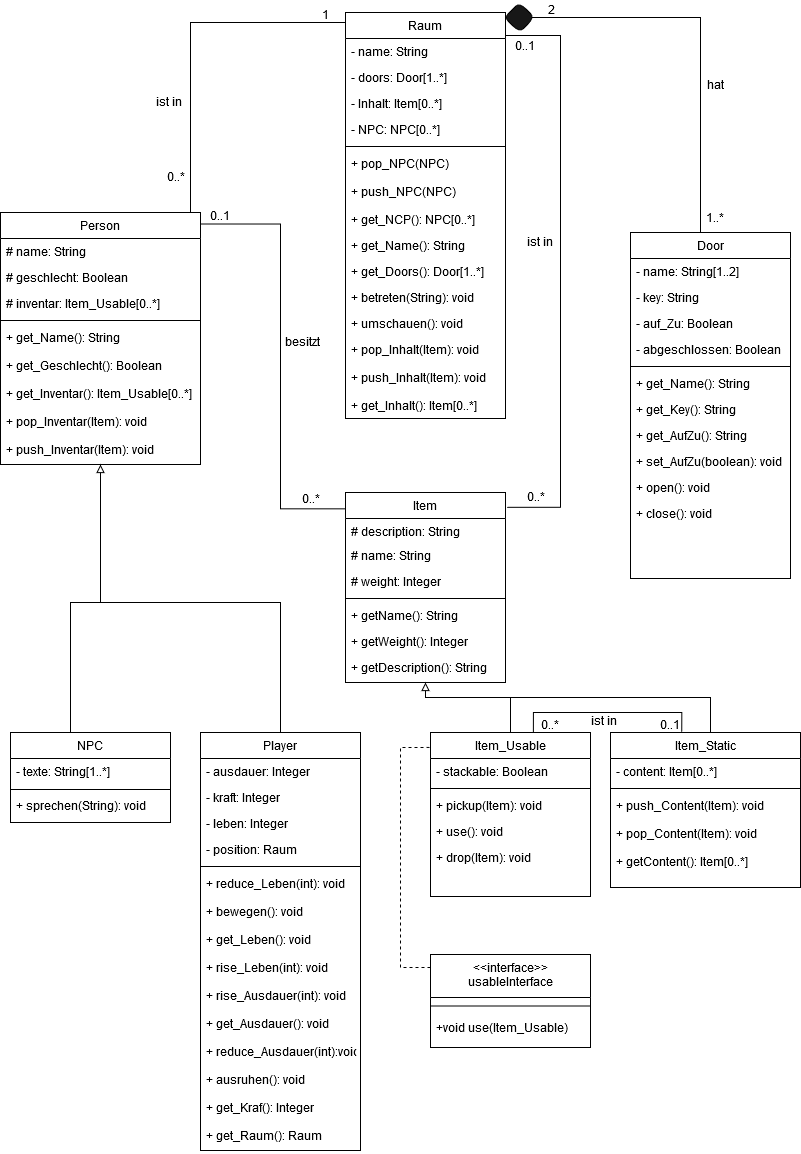
Before: Klassendiagram.png, a diagram exported from draw.io (Elegond/AE-Text-Adventure). Source tidied: cells renumbered, new cells last; positions are measured from the earlier drawing's top-left corner, leaving out a move shared by most shapes.
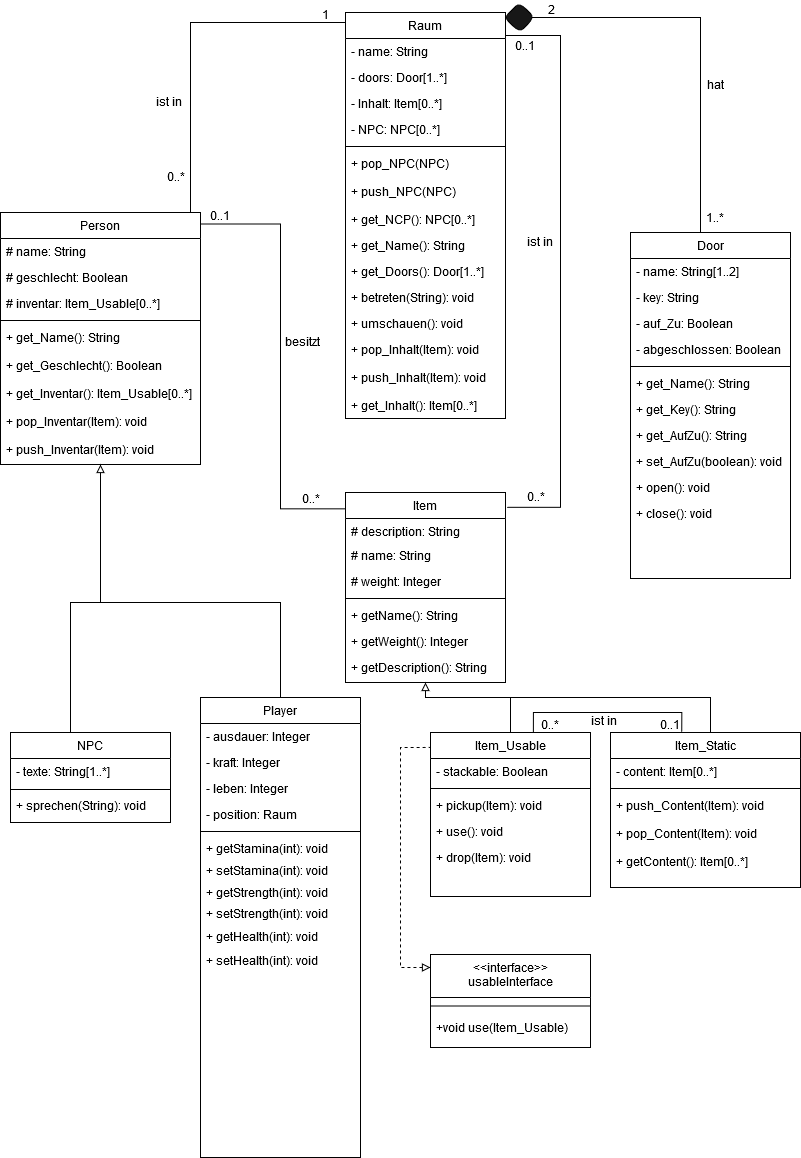
After the commit.

Diff of the diagram source:
```diff
@@ -270,54 +270,6 @@
         </Array>
       </mxGeometry>
     </mxCell>
-    <mxCell id="79" value="Player" style="swimlane;fontStyle=0;align=center;verticalAlign=top;horizontal=1;startSize=26;rounded=0;shadow=0;strokeWidth=1;" parent="1" vertex="1">
-      <mxGeometry x="200" y="732" width="160" height="418" as="geometry" />
-    </mxCell>
-    <mxCell id="80" value="- ausdauer: Integer" style="text;align=left;verticalAlign=top;spacingLeft=4;spacingRight=4;overflow=hidden;rounded=0;shadow=0;html=0;" parent="79" vertex="1">
-      <mxGeometry y="26" width="160" height="26" as="geometry" />
-    </mxCell>
-    <mxCell id="81" value="- kraft: Integer" style="text;align=left;verticalAlign=top;spacingLeft=4;spacingRight=4;overflow=hidden;rounded=0;shadow=0;html=0;" parent="79" vertex="1">
-      <mxGeometry y="52" width="160" height="26" as="geometry" />
-    </mxCell>
-    <mxCell id="82" value="- leben: Integer" style="text;align=left;verticalAlign=top;spacingLeft=4;spacingRight=4;overflow=hidden;rounded=0;shadow=0;html=0;" parent="79" vertex="1">
-      <mxGeometry y="78" width="160" height="26" as="geometry" />
-    </mxCell>
-    <mxCell id="83" value="- position: Raum" style="text;align=left;verticalAlign=top;spacingLeft=4;spacingRight=4;overflow=hidden;rounded=0;shadow=0;html=0;" parent="79" vertex="1">
-      <mxGeometry y="104" width="160" height="26" as="geometry" />
-    </mxCell>
-    <mxCell id="84" style="line;html=1;strokeWidth=1;align=left;verticalAlign=middle;spacingTop=-1;spacingLeft=3;spacingRight=3;labelPosition=right;" parent="79" vertex="1">
-      <mxGeometry y="130" width="160" height="8" as="geometry" />
-    </mxCell>
-    <mxCell id="85" value="+ reduce_Leben(int): void" style="text;align=left;verticalAlign=top;spacingLeft=4;spacingRight=4;overflow=hidden;" parent="79" vertex="1">
-      <mxGeometry y="138" width="160" height="28" as="geometry" />
-    </mxCell>
-    <mxCell id="86" value="+ bewegen(): void" style="text;align=left;verticalAlign=top;spacingLeft=4;spacingRight=4;overflow=hidden;" parent="79" vertex="1">
-      <mxGeometry y="166" width="160" height="28" as="geometry" />
-    </mxCell>
-    <mxCell id="87" value="+ get_Leben(): void" style="text;align=left;verticalAlign=top;spacingLeft=4;spacingRight=4;overflow=hidden;" parent="79" vertex="1">
-      <mxGeometry y="194" width="160" height="28" as="geometry" />
-    </mxCell>
-    <mxCell id="88" value="+ rise_Leben(int): void" style="text;align=left;verticalAlign=top;spacingLeft=4;spacingRight=4;overflow=hidden;" parent="79" vertex="1">
-      <mxGeometry y="222" width="160" height="28" as="geometry" />
-    </mxCell>
-    <mxCell id="89" value="+ rise_Ausdauer(int): void" style="text;align=left;verticalAlign=top;spacingLeft=4;spacingRight=4;overflow=hidden;" parent="79" vertex="1">
-      <mxGeometry y="250" width="160" height="28" as="geometry" />
-    </mxCell>
-    <mxCell id="90" value="+ get_Ausdauer(): void" style="text;align=left;verticalAlign=top;spacingLeft=4;spacingRight=4;overflow=hidden;" parent="79" vertex="1">
-      <mxGeometry y="278" width="160" height="28" as="geometry" />
-    </mxCell>
-    <mxCell id="91" value="+ reduce_Ausdauer(int):void" style="text;align=left;verticalAlign=top;spacingLeft=4;spacingRight=4;overflow=hidden;" parent="79" vertex="1">
-      <mxGeometry y="306" width="160" height="28" as="geometry" />
-    </mxCell>
-    <mxCell id="92" value="+ ausruhen(): void" style="text;align=left;verticalAlign=top;spacingLeft=4;spacingRight=4;overflow=hidden;" parent="79" vertex="1">
-      <mxGeometry y="334" width="160" height="28" as="geometry" />
-    </mxCell>
-    <mxCell id="93" value="+ get_Kraf(): Integer" style="text;align=left;verticalAlign=top;spacingLeft=4;spacingRight=4;overflow=hidden;" parent="79" vertex="1">
-      <mxGeometry y="362" width="160" height="28" as="geometry" />
-    </mxCell>
-    <mxCell id="94" value="+ get_Raum(): Raum" style="text;align=left;verticalAlign=top;spacingLeft=4;spacingRight=4;overflow=hidden;" parent="79" vertex="1">
-      <mxGeometry y="390" width="160" height="28" as="geometry" />
-    </mxCell>
     <mxCell id="95" style="edgeStyle=orthogonalEdgeStyle;rounded=0;jettySize=auto;html=1;endArrow=none;endFill=0;exitX=0.375;exitY=0;exitDx=0;exitDy=0;exitPerimeter=0;" parent="1" edge="1" source="96">
       <mxGeometry relative="1" as="geometry">
         <mxPoint x="101" y="602" as="targetPoint" />
@@ -358,7 +310,7 @@
     <mxCell id="104" style="rhombus;whiteSpace=wrap;html=1;rounded=1;fillColor=#171717;" parent="1" vertex="1">
       <mxGeometry x="504" y="2" width="30" height="30" as="geometry" />
     </mxCell>
-    <mxCell id="105" style="endArrow=none;dashed=1;html=1;entryX=0.025;entryY=0.091;entryDx=0;entryDy=0;entryPerimeter=0;rounded=0;" parent="1" edge="1">
+    <mxCell id="105" style="endArrow=none;dashed=1;html=1;entryX=0.025;entryY=0.091;entryDx=0;entryDy=0;entryPerimeter=0;rounded=0;startArrow=block;startFill=0;" parent="1" edge="1">
       <mxGeometry relative="1" as="geometry">
         <mxPoint x="430" y="967" as="sourcePoint" />
         <mxPoint x="430" y="746.9" as="targetPoint" />
@@ -377,5 +329,41 @@
     <mxCell id="108" value="+void use(Item_Usable)" style="text;align=left;verticalAlign=top;spacingLeft=4;spacingRight=4;overflow=hidden;fontStyle=0;" parent="106" vertex="1">
       <mxGeometry y="60" width="160" height="26" as="geometry" />
     </mxCell>
+    <mxCell id="79" value="Player" style="swimlane;fontStyle=0;align=center;verticalAlign=top;horizontal=1;startSize=26;rounded=0;shadow=0;strokeWidth=1;" parent="1" vertex="1">
+      <mxGeometry x="200" y="697" width="160" height="460" as="geometry" />
+    </mxCell>
+    <mxCell id="80" value="- ausdauer: Integer" style="text;align=left;verticalAlign=top;spacingLeft=4;spacingRight=4;overflow=hidden;rounded=0;shadow=0;html=0;" parent="79" vertex="1">
+      <mxGeometry y="26" width="160" height="26" as="geometry" />
+    </mxCell>
+    <mxCell id="81" value="- kraft: Integer" style="text;align=left;verticalAlign=top;spacingLeft=4;spacingRight=4;overflow=hidden;rounded=0;shadow=0;html=0;" parent="79" vertex="1">
+      <mxGeometry y="52" width="160" height="26" as="geometry" />
+    </mxCell>
+    <mxCell id="82" value="- leben: Integer" style="text;align=left;verticalAlign=top;spacingLeft=4;spacingRight=4;overflow=hidden;rounded=0;shadow=0;html=0;" parent="79" vertex="1">
+      <mxGeometry y="78" width="160" height="26" as="geometry" />
+    </mxCell>
+    <mxCell id="83" value="- position: Raum" style="text;align=left;verticalAlign=top;spacingLeft=4;spacingRight=4;overflow=hidden;rounded=0;shadow=0;html=0;" parent="79" vertex="1">
+      <mxGeometry y="104" width="160" height="26" as="geometry" />
+    </mxCell>
+    <mxCell id="84" style="line;html=1;strokeWidth=1;align=left;verticalAlign=middle;spacingTop=-1;spacingLeft=3;spacingRight=3;labelPosition=right;" parent="79" vertex="1">
+      <mxGeometry y="130" width="160" height="8" as="geometry" />
+    </mxCell>
+    <mxCell id="85" value="+ getStamina(int): void" style="text;align=left;verticalAlign=top;spacingLeft=4;spacingRight=4;overflow=hidden;" parent="79" vertex="1">
+      <mxGeometry y="138" width="160" height="22" as="geometry" />
+    </mxCell>
+    <mxCell id="109" value="+ setStamina(int): void" style="text;align=left;verticalAlign=top;spacingLeft=4;spacingRight=4;overflow=hidden;" parent="79" vertex="1">
+      <mxGeometry y="160" width="160" height="22" as="geometry" />
+    </mxCell>
+    <mxCell id="110" value="+ getStrength(int): void" style="text;align=left;verticalAlign=top;spacingLeft=4;spacingRight=4;overflow=hidden;" parent="79" vertex="1">
+      <mxGeometry y="182" width="160" height="21" as="geometry" />
+    </mxCell>
+    <mxCell id="111" value="+ setStrength(int): void" style="text;align=left;verticalAlign=top;spacingLeft=4;spacingRight=4;overflow=hidden;" parent="79" vertex="1">
+      <mxGeometry y="203" width="160" height="25" as="geometry" />
+    </mxCell>
+    <mxCell id="112" value="+ getHealth(int): void" style="text;align=left;verticalAlign=top;spacingLeft=4;spacingRight=4;overflow=hidden;" parent="1" vertex="1">
+      <mxGeometry x="200" y="923" width="160" height="27" as="geometry" />
+    </mxCell>
+    <mxCell id="113" value="+ setHealth(int): void" style="text;align=left;verticalAlign=top;spacingLeft=4;spacingRight=4;overflow=hidden;" parent="1" vertex="1">
+      <mxGeometry x="200" y="947" width="160" height="27" as="geometry" />
+    </mxCell>
   </root>
 </mxGraphModel>
```
